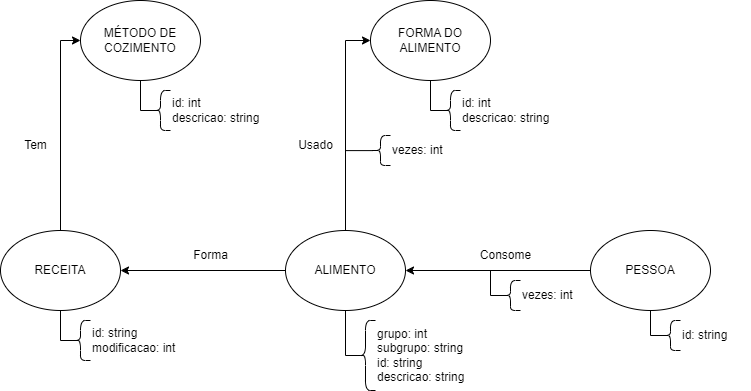
The draw.io diagram lab07/images/modelo-logico-grafos.png in phdaccache/MC536-GPABD, before a commit. Source tidied: cells renumbered, new cells last; positions are measured from the earlier drawing's top-left corner, leaving out a move shared by most shapes. Its diagram source:
```xml
<mxGraphModel>
  <root>
    <mxCell id="0" />
    <mxCell id="1" parent="0" />
    <mxCell id="2" style="group;" parent="1" vertex="1">
      <mxGeometry x="285" y="230" width="305" height="160" as="geometry" />
    </mxCell>
    <mxCell id="3" value="ALIMENTO" style="ellipse;whiteSpace=wrap;html=1;" parent="2" vertex="1">
      <mxGeometry width="120" height="80" as="geometry" />
    </mxCell>
    <mxCell id="4" style="shape=curlyBracket;whiteSpace=wrap;html=1;rounded=1;labelPosition=left;verticalLabelPosition=middle;align=right;verticalAlign=middle;" parent="2" vertex="1">
      <mxGeometry x="70" y="90" width="20" height="70" as="geometry" />
    </mxCell>
    <mxCell id="5" style="edgeStyle=orthogonalEdgeStyle;rounded=0;jettySize=auto;html=1;exitX=0.5;exitY=1;exitDx=0;exitDy=0;entryX=0.1;entryY=0.5;entryDx=0;entryDy=0;entryPerimeter=0;endArrow=none;endFill=0;" parent="2" edge="1" target="4">
      <mxGeometry relative="1" as="geometry">
        <mxPoint x="60" y="80" as="sourcePoint" />
        <Array as="points">
          <mxPoint x="60" y="125" />
        </Array>
      </mxGeometry>
    </mxCell>
    <mxCell id="6" value="grupo: int&lt;br&gt;subgrupo: string&lt;br&gt;id: string&amp;nbsp;&lt;br&gt;descricao: string" style="text;html=1;align=left;verticalAlign=middle;strokeColor=none;fillColor=none;" parent="2" vertex="1">
      <mxGeometry x="90" y="90" width="110" height="70" as="geometry" />
    </mxCell>
    <mxCell id="7" value="Consome" style="text;html=1;align=center;verticalAlign=middle;strokeColor=none;fillColor=none;" parent="2" vertex="1">
      <mxGeometry x="185" y="10" width="70" height="30" as="geometry" />
    </mxCell>
    <mxCell id="8" value="vezes: int" style="text;html=1;align=left;verticalAlign=middle;strokeColor=none;fillColor=none;" parent="2" vertex="1">
      <mxGeometry x="235" y="50" width="70" height="30" as="geometry" />
    </mxCell>
    <mxCell id="9" style="group;" parent="1" vertex="1">
      <mxGeometry y="230" width="240" height="130" as="geometry" />
    </mxCell>
    <mxCell id="10" value="RECEITA" style="ellipse;whiteSpace=wrap;html=1;" parent="9" vertex="1">
      <mxGeometry width="120" height="80" as="geometry" />
    </mxCell>
    <mxCell id="11" style="shape=curlyBracket;whiteSpace=wrap;html=1;rounded=1;labelPosition=left;verticalLabelPosition=middle;align=right;verticalAlign=middle;" parent="9" vertex="1">
      <mxGeometry x="70" y="90" width="20" height="40" as="geometry" />
    </mxCell>
    <mxCell id="12" style="edgeStyle=orthogonalEdgeStyle;rounded=0;jettySize=auto;html=1;exitX=0.5;exitY=1;exitDx=0;exitDy=0;entryX=0.1;entryY=0.5;entryDx=0;entryDy=0;entryPerimeter=0;endArrow=none;endFill=0;" parent="9" edge="1" target="11">
      <mxGeometry relative="1" as="geometry">
        <mxPoint x="60" y="80" as="sourcePoint" />
        <Array as="points">
          <mxPoint x="60" y="110" />
        </Array>
      </mxGeometry>
    </mxCell>
    <mxCell id="13" value="id: string&lt;br&gt;modificacao: int" style="text;html=1;align=left;verticalAlign=middle;strokeColor=none;fillColor=none;" parent="9" vertex="1">
      <mxGeometry x="90" y="90" width="110" height="40" as="geometry" />
    </mxCell>
    <mxCell id="14" value="Forma" style="text;html=1;align=center;verticalAlign=middle;strokeColor=none;fillColor=none;" parent="9" vertex="1">
      <mxGeometry x="180" y="10" width="60" height="30" as="geometry" />
    </mxCell>
    <mxCell id="15" style="edgeStyle=orthogonalEdgeStyle;rounded=0;jettySize=auto;html=1;entryX=1;entryY=0.5;entryDx=0;entryDy=0;" parent="1" edge="1" source="32" target="3">
      <mxGeometry relative="1" as="geometry" />
    </mxCell>
    <mxCell id="16" style="group;" parent="1" vertex="1">
      <mxGeometry x="80" width="230" height="130" as="geometry" />
    </mxCell>
    <mxCell id="17" value="MÉTODO DE COZIMENTO" style="ellipse;whiteSpace=wrap;html=1;" parent="16" vertex="1">
      <mxGeometry width="120" height="80" as="geometry" />
    </mxCell>
    <mxCell id="18" style="shape=curlyBracket;whiteSpace=wrap;html=1;rounded=1;labelPosition=left;verticalLabelPosition=middle;align=right;verticalAlign=middle;" parent="16" vertex="1">
      <mxGeometry x="70" y="90" width="20" height="40" as="geometry" />
    </mxCell>
    <mxCell id="19" style="edgeStyle=orthogonalEdgeStyle;rounded=0;jettySize=auto;html=1;exitX=0.5;exitY=1;exitDx=0;exitDy=0;entryX=0.1;entryY=0.5;entryDx=0;entryDy=0;entryPerimeter=0;endArrow=none;endFill=0;" parent="16" edge="1" target="18">
      <mxGeometry relative="1" as="geometry">
        <mxPoint x="60" y="80" as="sourcePoint" />
        <Array as="points">
          <mxPoint x="60" y="110" />
        </Array>
      </mxGeometry>
    </mxCell>
    <mxCell id="20" value="id: int&lt;br&gt;descricao: string" style="text;html=1;align=left;verticalAlign=middle;strokeColor=none;fillColor=none;" parent="16" vertex="1">
      <mxGeometry x="90" y="90" width="110" height="40" as="geometry" />
    </mxCell>
    <mxCell id="21" style="group;" parent="1" vertex="1">
      <mxGeometry x="370" width="230" height="130" as="geometry" />
    </mxCell>
    <mxCell id="22" value="FORMA DO ALIMENTO" style="ellipse;whiteSpace=wrap;html=1;" parent="21" vertex="1">
      <mxGeometry width="120" height="80" as="geometry" />
    </mxCell>
    <mxCell id="23" style="shape=curlyBracket;whiteSpace=wrap;html=1;rounded=1;labelPosition=left;verticalLabelPosition=middle;align=right;verticalAlign=middle;" parent="21" vertex="1">
      <mxGeometry x="70" y="90" width="20" height="40" as="geometry" />
    </mxCell>
    <mxCell id="24" style="edgeStyle=orthogonalEdgeStyle;rounded=0;jettySize=auto;html=1;exitX=0.5;exitY=1;exitDx=0;exitDy=0;entryX=0.1;entryY=0.5;entryDx=0;entryDy=0;entryPerimeter=0;endArrow=none;endFill=0;" parent="21" edge="1" target="23">
      <mxGeometry relative="1" as="geometry">
        <mxPoint x="60" y="80" as="sourcePoint" />
        <Array as="points">
          <mxPoint x="60" y="110" />
        </Array>
      </mxGeometry>
    </mxCell>
    <mxCell id="25" value="id: int&lt;br&gt;descricao: string" style="text;html=1;align=left;verticalAlign=middle;strokeColor=none;fillColor=none;" parent="21" vertex="1">
      <mxGeometry x="90" y="90" width="110" height="40" as="geometry" />
    </mxCell>
    <mxCell id="26" style="edgeStyle=orthogonalEdgeStyle;rounded=0;jettySize=auto;html=1;exitX=0.5;exitY=0;exitDx=0;exitDy=0;entryX=0;entryY=0.5;entryDx=0;entryDy=0;" parent="1" edge="1" source="10" target="17">
      <mxGeometry relative="1" as="geometry" />
    </mxCell>
    <mxCell id="27" style="edgeStyle=orthogonalEdgeStyle;rounded=0;jettySize=auto;html=1;exitX=0.5;exitY=0;exitDx=0;exitDy=0;entryX=0;entryY=0.5;entryDx=0;entryDy=0;" parent="1" edge="1" source="3" target="22">
      <mxGeometry relative="1" as="geometry" />
    </mxCell>
    <mxCell id="28" style="edgeStyle=orthogonalEdgeStyle;rounded=0;jettySize=auto;html=1;exitX=0;exitY=0.5;exitDx=0;exitDy=0;entryX=1;entryY=0.5;entryDx=0;entryDy=0;" parent="1" edge="1" source="3" target="10">
      <mxGeometry relative="1" as="geometry" />
    </mxCell>
    <mxCell id="29" style="group;" parent="1" vertex="1">
      <mxGeometry x="590" y="230" width="160" height="120" as="geometry" />
    </mxCell>
    <mxCell id="30" value="id: string" style="text;html=1;align=left;verticalAlign=middle;strokeColor=none;fillColor=none;" parent="29" vertex="1">
      <mxGeometry x="90" y="90" width="70" height="30" as="geometry" />
    </mxCell>
    <mxCell id="31" style="group;" parent="29" vertex="1">
      <mxGeometry width="120" height="120" as="geometry" />
    </mxCell>
    <mxCell id="32" value="PESSOA" style="ellipse;whiteSpace=wrap;html=1;" parent="31" vertex="1">
      <mxGeometry width="120" height="80" as="geometry" />
    </mxCell>
    <mxCell id="33" style="shape=curlyBracket;whiteSpace=wrap;html=1;rounded=1;labelPosition=left;verticalLabelPosition=middle;align=right;verticalAlign=middle;" parent="31" vertex="1">
      <mxGeometry x="70" y="90" width="20" height="30" as="geometry" />
    </mxCell>
    <mxCell id="34" style="edgeStyle=orthogonalEdgeStyle;rounded=0;jettySize=auto;html=1;exitX=0.5;exitY=1;exitDx=0;exitDy=0;entryX=0.1;entryY=0.5;entryDx=0;entryDy=0;entryPerimeter=0;endArrow=none;endFill=0;" parent="31" edge="1" source="32" target="33">
      <mxGeometry relative="1" as="geometry">
        <Array as="points">
          <mxPoint x="60" y="105" />
        </Array>
      </mxGeometry>
    </mxCell>
    <mxCell id="35" style="shape=curlyBracket;whiteSpace=wrap;html=1;rounded=1;labelPosition=left;verticalLabelPosition=middle;align=right;verticalAlign=middle;" parent="31" vertex="1">
      <mxGeometry x="-90" y="50" width="20" height="30" as="geometry" />
    </mxCell>
    <mxCell id="36" style="edgeStyle=orthogonalEdgeStyle;rounded=0;jettySize=auto;html=1;exitX=0.5;exitY=1;exitDx=0;exitDy=0;entryX=0.1;entryY=0.5;entryDx=0;entryDy=0;entryPerimeter=0;endArrow=none;endFill=0;" parent="31" edge="1" target="35">
      <mxGeometry relative="1" as="geometry">
        <mxPoint x="-100" y="40" as="sourcePoint" />
        <Array as="points">
          <mxPoint x="-100" y="65" />
        </Array>
      </mxGeometry>
    </mxCell>
    <mxCell id="37" value="Tem" style="text;html=1;align=center;verticalAlign=middle;strokeColor=none;fillColor=none;" parent="1" vertex="1">
      <mxGeometry x="10" y="130" width="50" height="30" as="geometry" />
    </mxCell>
    <mxCell id="38" value="Usado" style="text;html=1;align=center;verticalAlign=middle;points=[];strokeColor=none;fillColor=none;" parent="1" vertex="1">
      <mxGeometry x="285" y="130" width="60" height="30" as="geometry" />
    </mxCell>
    <mxCell id="39" value="vezes: int" style="text;html=1;align=left;verticalAlign=middle;strokeColor=none;fillColor=none;" parent="1" vertex="1">
      <mxGeometry x="390" y="135" width="70" height="30" as="geometry" />
    </mxCell>
    <mxCell id="40" style="shape=curlyBracket;whiteSpace=wrap;html=1;rounded=1;labelPosition=left;verticalLabelPosition=middle;align=right;verticalAlign=middle;" parent="1" vertex="1">
      <mxGeometry x="370" y="135" width="20" height="30" as="geometry" />
    </mxCell>
    <mxCell id="41" style="edgeStyle=orthogonalEdgeStyle;rounded=0;jettySize=auto;html=1;exitX=0.995;exitY=0.67;exitDx=0;exitDy=0;entryX=0.1;entryY=0.5;entryDx=0;entryDy=0;entryPerimeter=0;endArrow=none;endFill=0;exitPerimeter=0;" parent="1" edge="1" source="38" target="40">
      <mxGeometry relative="1" as="geometry" />
    </mxCell>
  </root>
</mxGraphModel>
```
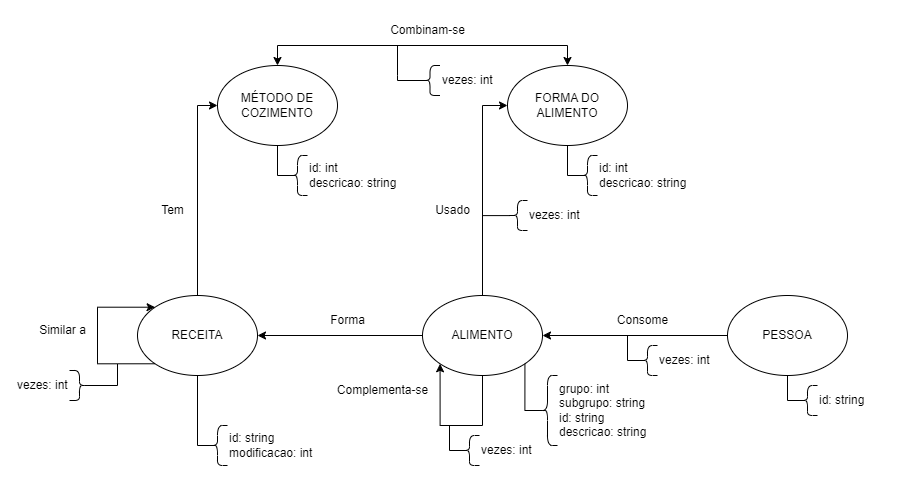
The same diagram one commit later.

Commit message:
Atualiza modelo lógico

What changed in the source:
```diff
@@ -3,24 +3,23 @@
     <mxCell id="0" />
     <mxCell id="1" parent="0" />
     <mxCell id="2" style="group;" parent="1" vertex="1">
-      <mxGeometry x="285" y="230" width="305" height="160" as="geometry" />
+      <mxGeometry x="285" y="230" width="305" height="170" as="geometry" />
     </mxCell>
     <mxCell id="3" value="ALIMENTO" style="ellipse;whiteSpace=wrap;html=1;" parent="2" vertex="1">
       <mxGeometry width="120" height="80" as="geometry" />
     </mxCell>
     <mxCell id="4" style="shape=curlyBracket;whiteSpace=wrap;html=1;rounded=1;labelPosition=left;verticalLabelPosition=middle;align=right;verticalAlign=middle;" parent="2" vertex="1">
-      <mxGeometry x="70" y="90" width="20" height="70" as="geometry" />
+      <mxGeometry x="115" y="80" width="20" height="70" as="geometry" />
     </mxCell>
-    <mxCell id="5" style="edgeStyle=orthogonalEdgeStyle;rounded=0;jettySize=auto;html=1;exitX=0.5;exitY=1;exitDx=0;exitDy=0;entryX=0.1;entryY=0.5;entryDx=0;entryDy=0;entryPerimeter=0;endArrow=none;endFill=0;" parent="2" edge="1" target="4">
+    <mxCell id="5" style="edgeStyle=orthogonalEdgeStyle;rounded=0;jettySize=auto;html=1;entryX=0.1;entryY=0.5;entryDx=0;entryDy=0;entryPerimeter=0;endArrow=none;endFill=0;exitX=1;exitY=1;exitDx=0;exitDy=0;" parent="2" edge="1" source="3" target="4">
       <mxGeometry relative="1" as="geometry">
-        <mxPoint x="60" y="80" as="sourcePoint" />
         <Array as="points">
-          <mxPoint x="60" y="125" />
+          <mxPoint x="102" y="115" />
         </Array>
       </mxGeometry>
     </mxCell>
     <mxCell id="6" value="grupo: int&lt;br&gt;subgrupo: string&lt;br&gt;id: string&amp;nbsp;&lt;br&gt;descricao: string" style="text;html=1;align=left;verticalAlign=middle;strokeColor=none;fillColor=none;" parent="2" vertex="1">
-      <mxGeometry x="90" y="90" width="110" height="70" as="geometry" />
+      <mxGeometry x="135" y="80" width="110" height="70" as="geometry" />
     </mxCell>
     <mxCell id="7" value="Consome" style="text;html=1;align=center;verticalAlign=middle;strokeColor=none;fillColor=none;" parent="2" vertex="1">
       <mxGeometry x="185" y="10" width="70" height="30" as="geometry" />
@@ -28,29 +27,48 @@
     <mxCell id="8" value="vezes: int" style="text;html=1;align=left;verticalAlign=middle;strokeColor=none;fillColor=none;" parent="2" vertex="1">
       <mxGeometry x="235" y="50" width="70" height="30" as="geometry" />
     </mxCell>
+    <mxCell id="42" style="edgeStyle=orthogonalEdgeStyle;rounded=0;orthogonalLoop=1;jettySize=auto;html=1;exitX=0.5;exitY=1;exitDx=0;exitDy=0;entryX=0;entryY=1;entryDx=0;entryDy=0;" parent="2" edge="1" source="3" target="3">
+      <mxGeometry relative="1" as="geometry">
+        <Array as="points">
+          <mxPoint x="60" y="130" />
+          <mxPoint x="18" y="130" />
+        </Array>
+      </mxGeometry>
+    </mxCell>
+    <mxCell id="43" value="vezes: int" style="text;html=1;align=left;verticalAlign=middle;strokeColor=none;fillColor=none;" parent="2" vertex="1">
+      <mxGeometry x="57" y="140" width="70" height="30" as="geometry" />
+    </mxCell>
+    <mxCell id="44" style="shape=curlyBracket;whiteSpace=wrap;html=1;rounded=1;labelPosition=left;verticalLabelPosition=middle;align=right;verticalAlign=middle;" parent="2" vertex="1">
+      <mxGeometry x="37" y="140" width="20" height="30" as="geometry" />
+    </mxCell>
+    <mxCell id="45" style="edgeStyle=orthogonalEdgeStyle;rounded=0;jettySize=auto;html=1;exitX=0.5;exitY=1;exitDx=0;exitDy=0;entryX=0.1;entryY=0.5;entryDx=0;entryDy=0;entryPerimeter=0;endArrow=none;endFill=0;" parent="2" edge="1" target="44">
+      <mxGeometry relative="1" as="geometry">
+        <mxPoint x="27" y="130" as="sourcePoint" />
+        <Array as="points">
+          <mxPoint x="27" y="155" />
+        </Array>
+      </mxGeometry>
+    </mxCell>
     <mxCell id="9" style="group;" parent="1" vertex="1">
-      <mxGeometry y="230" width="240" height="130" as="geometry" />
+      <mxGeometry y="230" width="300" height="130" as="geometry" />
     </mxCell>
     <mxCell id="10" value="RECEITA" style="ellipse;whiteSpace=wrap;html=1;" parent="9" vertex="1">
       <mxGeometry width="120" height="80" as="geometry" />
     </mxCell>
-    <mxCell id="11" style="shape=curlyBracket;whiteSpace=wrap;html=1;rounded=1;labelPosition=left;verticalLabelPosition=middle;align=right;verticalAlign=middle;" parent="9" vertex="1">
-      <mxGeometry x="70" y="90" width="20" height="40" as="geometry" />
-    </mxCell>
-    <mxCell id="12" style="edgeStyle=orthogonalEdgeStyle;rounded=0;jettySize=auto;html=1;exitX=0.5;exitY=1;exitDx=0;exitDy=0;entryX=0.1;entryY=0.5;entryDx=0;entryDy=0;entryPerimeter=0;endArrow=none;endFill=0;" parent="9" edge="1" target="11">
-      <mxGeometry relative="1" as="geometry">
-        <mxPoint x="60" y="80" as="sourcePoint" />
-        <Array as="points">
-          <mxPoint x="60" y="110" />
-        </Array>
-      </mxGeometry>
-    </mxCell>
-    <mxCell id="13" value="id: string&lt;br&gt;modificacao: int" style="text;html=1;align=left;verticalAlign=middle;strokeColor=none;fillColor=none;" parent="9" vertex="1">
-      <mxGeometry x="90" y="90" width="110" height="40" as="geometry" />
-    </mxCell>
     <mxCell id="14" value="Forma" style="text;html=1;align=center;verticalAlign=middle;strokeColor=none;fillColor=none;" parent="9" vertex="1">
       <mxGeometry x="180" y="10" width="60" height="30" as="geometry" />
     </mxCell>
+    <mxCell id="46" style="edgeStyle=orthogonalEdgeStyle;rounded=0;orthogonalLoop=1;jettySize=auto;html=1;exitX=0;exitY=1;exitDx=0;exitDy=0;entryX=0;entryY=0;entryDx=0;entryDy=0;" parent="9" edge="1" source="10" target="10">
+      <mxGeometry relative="1" as="geometry">
+        <Array as="points">
+          <mxPoint x="-40" y="68" />
+          <mxPoint x="-40" y="12" />
+        </Array>
+      </mxGeometry>
+    </mxCell>
+    <mxCell id="47" value="Complementa-se" style="text;html=1;align=center;verticalAlign=middle;strokeColor=none;fillColor=none;" parent="9" vertex="1">
+      <mxGeometry x="190" y="80" width="110" height="30" as="geometry" />
+    </mxCell>
     <mxCell id="15" style="edgeStyle=orthogonalEdgeStyle;rounded=0;jettySize=auto;html=1;entryX=1;entryY=0.5;entryDx=0;entryDy=0;" parent="1" edge="1" source="32" target="3">
       <mxGeometry relative="1" as="geometry" />
     </mxCell>
@@ -151,5 +169,61 @@
     <mxCell id="41" style="edgeStyle=orthogonalEdgeStyle;rounded=0;jettySize=auto;html=1;exitX=0.995;exitY=0.67;exitDx=0;exitDy=0;entryX=0.1;entryY=0.5;entryDx=0;entryDy=0;entryPerimeter=0;endArrow=none;endFill=0;exitPerimeter=0;" parent="1" edge="1" source="38" target="40">
       <mxGeometry relative="1" as="geometry" />
     </mxCell>
+    <mxCell id="48" value="Similar a" style="text;html=1;align=center;verticalAlign=middle;strokeColor=none;fillColor=none;" parent="1" vertex="1">
+      <mxGeometry x="-110" y="250" width="70" height="30" as="geometry" />
+    </mxCell>
+    <mxCell id="49" style="edgeStyle=orthogonalEdgeStyle;rounded=0;jettySize=auto;html=1;exitX=0.5;exitY=0;exitDx=0;exitDy=0;entryX=0.5;entryY=0;entryDx=0;entryDy=0;startArrow=classic;startFill=1;" parent="1" edge="1" source="17" target="22">
+      <mxGeometry relative="1" as="geometry" />
+    </mxCell>
+    <mxCell id="50" style="edgeStyle=orthogonalEdgeStyle;rounded=0;orthogonalLoop=1;jettySize=auto;html=1;endArrow=none;endFill=0;" parent="1" edge="1">
+      <mxGeometry relative="1" as="geometry">
+        <mxPoint x="260" y="-20" as="sourcePoint" />
+        <mxPoint x="260" y="10" as="targetPoint" />
+      </mxGeometry>
+    </mxCell>
+    <mxCell id="51" value="Combinam-se" style="text;html=1;align=center;verticalAlign=middle;strokeColor=none;fillColor=none;" parent="1" vertex="1">
+      <mxGeometry x="240" y="-50" width="100" height="30" as="geometry" />
+    </mxCell>
+    <mxCell id="52" value="vezes: int" style="text;html=1;align=left;verticalAlign=middle;strokeColor=none;fillColor=none;" parent="1" vertex="1">
+      <mxGeometry x="302.5" width="70" height="30" as="geometry" />
+    </mxCell>
+    <mxCell id="53" style="shape=curlyBracket;whiteSpace=wrap;html=1;rounded=1;labelPosition=left;verticalLabelPosition=middle;align=right;verticalAlign=middle;" parent="1" vertex="1">
+      <mxGeometry x="282.5" width="20" height="30" as="geometry" />
+    </mxCell>
+    <mxCell id="54" style="edgeStyle=orthogonalEdgeStyle;rounded=0;jettySize=auto;html=1;entryX=0.1;entryY=0.5;entryDx=0;entryDy=0;entryPerimeter=0;endArrow=none;endFill=0;" parent="1" edge="1" target="53">
+      <mxGeometry relative="1" as="geometry">
+        <mxPoint x="260" y="10" as="sourcePoint" />
+        <Array as="points">
+          <mxPoint x="260" y="15" />
+        </Array>
+      </mxGeometry>
+    </mxCell>
+    <mxCell id="55" value="vezes: int" style="text;html=1;align=left;verticalAlign=middle;strokeColor=none;fillColor=none;flipH=1;" parent="1" vertex="1">
+      <mxGeometry x="-122" y="305" width="70" height="30" as="geometry" />
+    </mxCell>
+    <mxCell id="56" style="edgeStyle=orthogonalEdgeStyle;rounded=0;jettySize=auto;html=1;exitX=0.1;exitY=0.5;exitDx=0;exitDy=0;exitPerimeter=0;endArrow=none;endFill=0;" parent="1" edge="1" source="57">
+      <mxGeometry relative="1" as="geometry">
+        <mxPoint x="-20" y="298.5" as="targetPoint" />
+        <Array as="points">
+          <mxPoint x="-20" y="320" />
+        </Array>
+      </mxGeometry>
+    </mxCell>
+    <mxCell id="57" style="shape=curlyBracket;whiteSpace=wrap;html=1;rounded=1;labelPosition=left;verticalLabelPosition=middle;align=right;verticalAlign=middle;flipH=1;" parent="1" vertex="1">
+      <mxGeometry x="-68" y="305" width="20" height="30" as="geometry" />
+    </mxCell>
+    <mxCell id="12" style="edgeStyle=orthogonalEdgeStyle;rounded=0;jettySize=auto;html=1;exitX=0.5;exitY=1;exitDx=0;exitDy=0;entryX=0.1;entryY=0.5;entryDx=0;entryDy=0;entryPerimeter=0;endArrow=none;endFill=0;" parent="1" edge="1" source="10" target="11">
+      <mxGeometry relative="1" as="geometry">
+        <Array as="points">
+          <mxPoint x="60" y="380" />
+        </Array>
+      </mxGeometry>
+    </mxCell>
+    <mxCell id="11" style="shape=curlyBracket;whiteSpace=wrap;html=1;rounded=1;labelPosition=left;verticalLabelPosition=middle;align=right;verticalAlign=middle;" parent="1" vertex="1">
+      <mxGeometry x="70" y="360" width="20" height="40" as="geometry" />
+    </mxCell>
+    <mxCell id="13" value="id: string&lt;br&gt;modificacao: int" style="text;html=1;align=left;verticalAlign=middle;strokeColor=none;fillColor=none;" parent="1" vertex="1">
+      <mxGeometry x="90" y="360" width="110" height="40" as="geometry" />
+    </mxCell>
   </root>
 </mxGraphModel>
```
